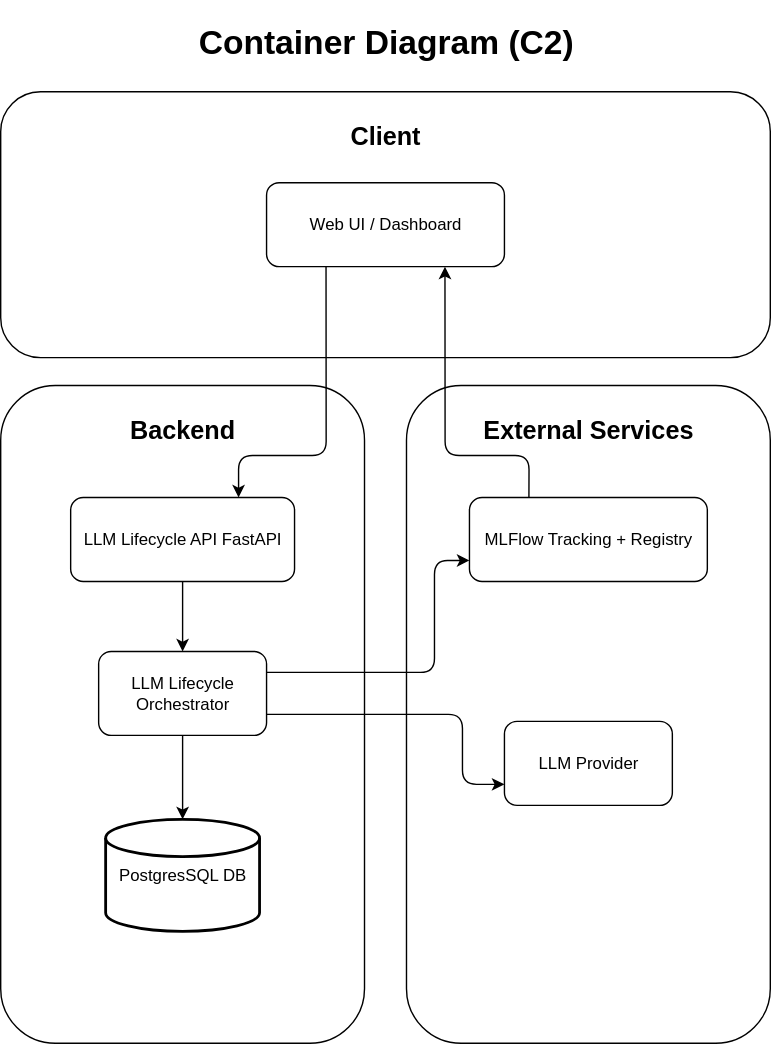
Above: docs/llm-system-lifecycle-c2.drawio.svg in sdeery14/llm-system-lifecycle (draw.io), before the change. Source tidied: cells renumbered, new cells last; positions are measured from the earlier drawing's top-left corner, leaving out a move shared by most shapes.
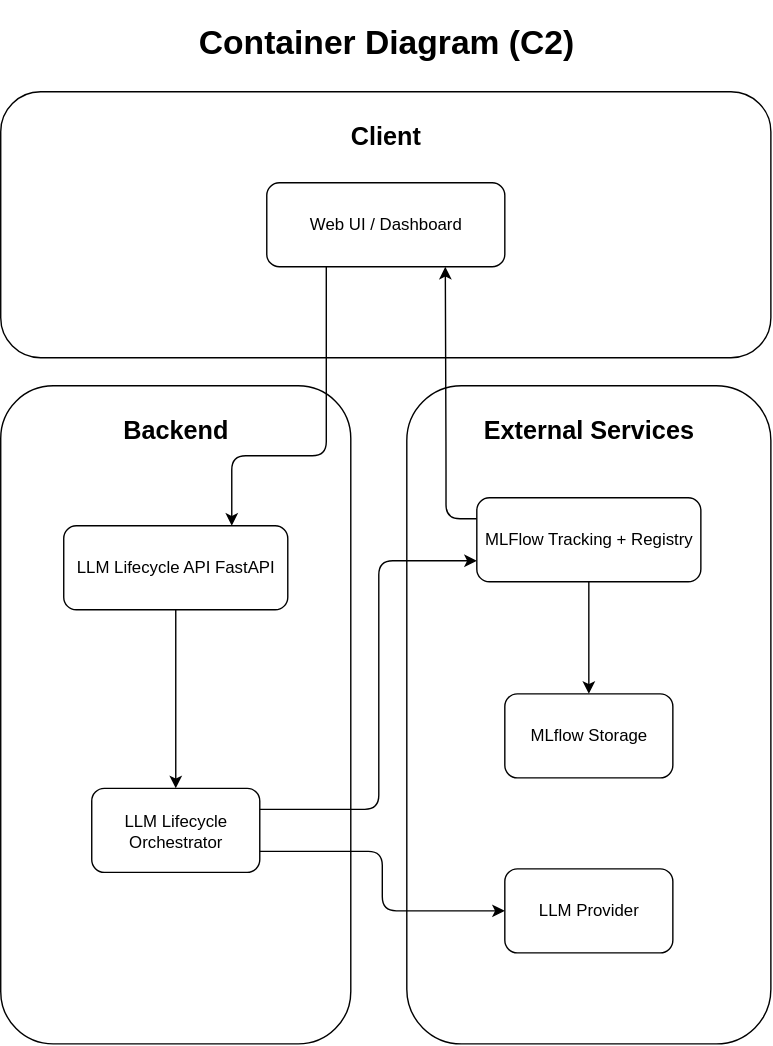
The same diagram one commit later.

Commit message:
improve architecture, add mlflow c3 diagram, prepare for developemnt phase 1

Change to the diagram source:
```diff
@@ -6,69 +6,64 @@
       <mxGeometry y="50" width="550" height="190" as="geometry" />
     </mxCell>
     <mxCell id="3" value="&lt;h2&gt;Backend&lt;/h2&gt;" style="rounded=1;whiteSpace=wrap;html=1;verticalAlign=top;" parent="1" vertex="1">
-      <mxGeometry y="260" width="260" height="470" as="geometry" />
+      <mxGeometry y="260" width="250" height="470" as="geometry" />
     </mxCell>
     <mxCell id="4" value="&lt;h2&gt;External Services&lt;/h2&gt;" style="rounded=1;whiteSpace=wrap;html=1;verticalAlign=top;" parent="1" vertex="1">
       <mxGeometry x="290" y="260" width="260" height="470" as="geometry" />
     </mxCell>
-    <mxCell id="5" style="edgeStyle=orthogonalEdgeStyle;rounded=1;jettySize=auto;html=1;exitX=0.25;exitY=1;exitDx=0;exitDy=0;entryX=0.75;entryY=0;entryDx=0;entryDy=0;curved=0;" parent="1" edge="1" source="6" target="8">
+    <mxCell id="5" style="edgeStyle=orthogonalEdgeStyle;rounded=1;jettySize=auto;html=1;exitX=0.25;exitY=1;exitDx=0;exitDy=0;entryX=0.75;entryY=0;entryDx=0;entryDy=0;curved=0;strokeColor=default;" parent="1" edge="1" source="6" target="8">
       <mxGeometry relative="1" as="geometry">
         <Array as="points">
-          <mxPoint x="233" y="310" />
-          <mxPoint x="170" y="310" />
+          <mxPoint x="232" y="310" />
+          <mxPoint x="165" y="310" />
         </Array>
       </mxGeometry>
     </mxCell>
     <mxCell id="6" value="Web UI / Dashboard" style="rounded=1;whiteSpace=wrap;html=1;" parent="1" vertex="1">
       <mxGeometry x="190" y="115" width="170" height="60" as="geometry" />
     </mxCell>
-    <mxCell id="7" style="edgeStyle=orthogonalEdgeStyle;rounded=1;jettySize=auto;html=1;entryX=0.5;entryY=0;entryDx=0;entryDy=0;curved=0;" parent="1" edge="1" source="8" target="11">
+    <mxCell id="7" style="edgeStyle=orthogonalEdgeStyle;rounded=1;jettySize=auto;html=1;entryX=0.5;entryY=0;entryDx=0;entryDy=0;curved=0;strokeColor=default;" parent="1" edge="1" source="8" target="11">
       <mxGeometry relative="1" as="geometry" />
     </mxCell>
     <mxCell id="8" value="LLM Lifecycle API FastAPI" style="rounded=1;whiteSpace=wrap;html=1;" parent="1" vertex="1">
-      <mxGeometry x="50" y="340" width="160" height="60" as="geometry" />
+      <mxGeometry x="45" y="360" width="160" height="60" as="geometry" />
     </mxCell>
-    <mxCell id="9" style="edgeStyle=orthogonalEdgeStyle;rounded=1;jettySize=auto;html=1;exitX=1;exitY=0.75;exitDx=0;exitDy=0;entryX=0;entryY=0.75;entryDx=0;entryDy=0;curved=0;" parent="1" edge="1" source="11" target="15">
-      <mxGeometry relative="1" as="geometry">
-        <Array as="points">
-          <mxPoint x="330" y="495" />
-          <mxPoint x="330" y="545" />
-        </Array>
-      </mxGeometry>
+    <mxCell id="9" style="edgeStyle=orthogonalEdgeStyle;rounded=1;jettySize=auto;html=1;exitX=1;exitY=0.75;exitDx=0;exitDy=0;curved=0;strokeColor=default;entryX=0;entryY=0.5;entryDx=0;entryDy=0;" parent="1" edge="1" source="11" target="15">
+      <mxGeometry relative="1" as="geometry" />
     </mxCell>
-    <mxCell id="10" style="edgeStyle=orthogonalEdgeStyle;rounded=1;jettySize=auto;html=1;exitX=1;exitY=0.25;exitDx=0;exitDy=0;entryX=0;entryY=0.75;entryDx=0;entryDy=0;curved=0;" parent="1" edge="1" source="11" target="14">
+    <mxCell id="10" style="edgeStyle=orthogonalEdgeStyle;rounded=1;jettySize=auto;html=1;exitX=1;exitY=0.25;exitDx=0;exitDy=0;entryX=0;entryY=0.75;entryDx=0;entryDy=0;curved=0;strokeColor=default;" parent="1" edge="1" source="11" target="14">
       <mxGeometry relative="1" as="geometry">
         <Array as="points">
-          <mxPoint x="310" y="465" />
-          <mxPoint x="310" y="385" />
+          <mxPoint x="270" y="563" />
+          <mxPoint x="270" y="385" />
         </Array>
       </mxGeometry>
     </mxCell>
     <mxCell id="11" value="LLM Lifecycle Orchestrator" style="rounded=1;whiteSpace=wrap;html=1;" parent="1" vertex="1">
-      <mxGeometry x="70" y="450" width="120" height="60" as="geometry" />
+      <mxGeometry x="65" y="547.5" width="120" height="60" as="geometry" />
     </mxCell>
-    <mxCell id="12" value="PostgresSQL DB" style="strokeWidth=2;html=1;shape=mxgraph.flowchart.database;whiteSpace=wrap;" parent="1" vertex="1">
-      <mxGeometry x="75" y="570" width="110" height="80" as="geometry" />
-    </mxCell>
-    <mxCell id="13" style="edgeStyle=orthogonalEdgeStyle;rounded=1;jettySize=auto;html=1;exitX=0.25;exitY=0;exitDx=0;exitDy=0;entryX=0.75;entryY=1;entryDx=0;entryDy=0;curved=0;" parent="1" edge="1" source="14" target="6">
+    <mxCell id="13" style="edgeStyle=orthogonalEdgeStyle;rounded=1;jettySize=auto;html=1;exitX=0;exitY=0.25;exitDx=0;exitDy=0;entryX=0.75;entryY=1;entryDx=0;entryDy=0;curved=0;strokeColor=default;" parent="1" edge="1" source="14" target="6">
       <mxGeometry relative="1" as="geometry">
         <Array as="points">
-          <mxPoint x="378" y="310" />
+          <mxPoint x="318" y="355" />
           <mxPoint x="318" y="310" />
         </Array>
       </mxGeometry>
     </mxCell>
+    <mxCell id="18" style="edgeStyle=orthogonalEdgeStyle;rounded=0;jettySize=auto;html=1;entryX=0.5;entryY=0;entryDx=0;entryDy=0;" parent="1" edge="1" source="14" target="19">
+      <mxGeometry relative="1" as="geometry" />
+    </mxCell>
     <mxCell id="14" value="MLFlow Tracking + Registry" style="rounded=1;whiteSpace=wrap;html=1;" parent="1" vertex="1">
-      <mxGeometry x="335" y="340" width="170" height="60" as="geometry" />
+      <mxGeometry x="340" y="340" width="160" height="60" as="geometry" />
     </mxCell>
     <mxCell id="15" value="LLM Provider" style="rounded=1;whiteSpace=wrap;html=1;" parent="1" vertex="1">
-      <mxGeometry x="360" y="500" width="120" height="60" as="geometry" />
+      <mxGeometry x="360" y="605" width="120" height="60" as="geometry" />
     </mxCell>
-    <mxCell id="16" style="edgeStyle=orthogonalEdgeStyle;rounded=1;jettySize=auto;html=1;exitX=0.5;exitY=1;exitDx=0;exitDy=0;entryX=0.5;entryY=0;entryDx=0;entryDy=0;entryPerimeter=0;curved=0;" parent="1" edge="1" source="11" target="12">
-      <mxGeometry relative="1" as="geometry" />
-    </mxCell>
     <mxCell id="17" value="&lt;h1&gt;Container Diagram (C2)&lt;/h1&gt;" style="text;html=1;align=center;verticalAlign=middle;whiteSpace=wrap;rounded=0;" parent="1" vertex="1">
       <mxGeometry x="102.5" width="345" height="30" as="geometry" />
     </mxCell>
+    <mxCell id="19" value="MLflow Storage" style="rounded=1;whiteSpace=wrap;html=1;" parent="1" vertex="1">
+      <mxGeometry x="360" y="480" width="120" height="60" as="geometry" />
+    </mxCell>
   </root>
 </mxGraphModel>
```
